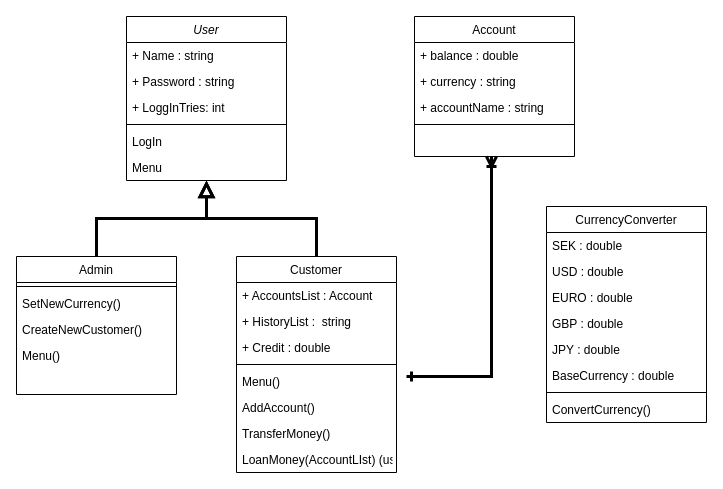
DanielJohansson1989/Group_Project_Loop_Legends keeps this draw.io diagram as Classdiagram.drawio. Above is the earlier version. Source tidied: cells renumbered, new cells numbered last; positions are measured from the earlier drawing's top-left corner, leaving out a move shared by most shapes. Both pictures are drawn from the tidied source at 100%, with x=0, y=0 at pixel (16, 16).
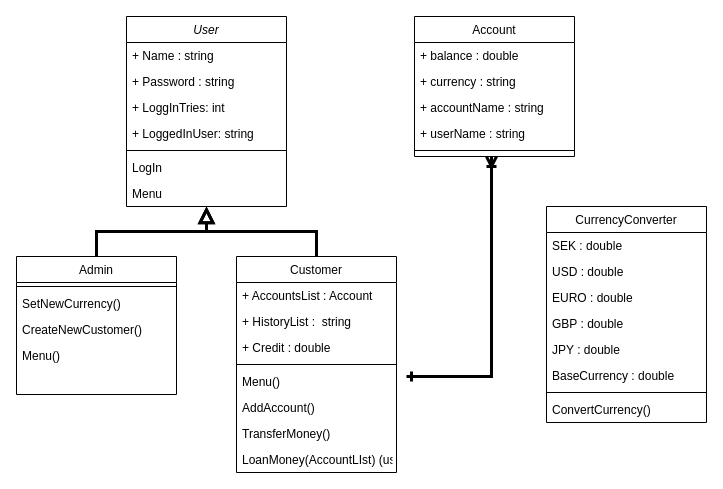
After the change.

Commit message:
Added fields in Account class and User class

Unchanged cells that the change refers to:
```xml
<mxCell id="25" value="Account" style="swimlane;fontStyle=0;align=center;verticalAlign=top;horizontal=1;startSize=26;rounded=0;shadow=0;strokeWidth=1;" parent="1" vertex="1">
  <mxGeometry x="398" width="160" height="140" as="geometry" />
</mxCell>
```

The edit, as a diff of the source:
```diff
@@
     <mxCell id="2" value="User" style="swimlane;fontStyle=2;align=center;verticalAlign=top;horizontal=1;startSize=26;rounded=0;shadow=0;strokeWidth=1;" parent="1" vertex="1">
-      <mxGeometry x="110" width="160" height="164" as="geometry" />
+      <mxGeometry x="110" width="160" height="190" as="geometry" />
     </mxCell>
@@
+    <mxCell id="40" value="+ LoggedInUser: string" style="text;align=left;verticalAlign=top;spacingLeft=4;spacingRight=4;overflow=hidden;" parent="2" vertex="1">
+      <mxGeometry y="104" width="160" height="26" as="geometry" />
+    </mxCell>
     <mxCell id="6" style="line;html=1;strokeWidth=1;align=left;verticalAlign=middle;spacingTop=-1;spacingLeft=3;spacingRight=3;labelPosition=right;" parent="2" vertex="1">
-      <mxGeometry y="104" width="160" height="8" as="geometry" />
+      <mxGeometry y="130" width="160" height="8" as="geometry" />
     </mxCell>
     <mxCell id="7" value="LogIn" style="text;align=left;verticalAlign=top;spacingLeft=4;spacingRight=4;overflow=hidden;" parent="2" vertex="1">
-      <mxGeometry y="112" width="160" height="26" as="geometry" />
+      <mxGeometry y="138" width="160" height="26" as="geometry" />
     </mxCell>
     <mxCell id="8" value="Menu" style="text;align=left;verticalAlign=top;spacingLeft=4;spacingRight=4;overflow=hidden;" parent="2" vertex="1">
-      <mxGeometry y="138" width="160" height="26" as="geometry" />
+      <mxGeometry y="164" width="160" height="26" as="geometry" />
     </mxCell>
@@
+    <mxCell id="41" value="+ userName : string" style="text;align=left;verticalAlign=top;spacingLeft=4;spacingRight=4;overflow=hidden;rounded=0;shadow=0;html=0;" parent="25" vertex="1">
+      <mxGeometry y="104" width="160" height="26" as="geometry" />
+    </mxCell>
     <mxCell id="29" style="line;html=1;strokeWidth=1;align=left;verticalAlign=middle;spacingTop=-1;spacingLeft=3;spacingRight=3;labelPosition=right;" parent="25" vertex="1">
-      <mxGeometry y="104" width="160" height="8" as="geometry" />
+      <mxGeometry y="130" width="160" height="8" as="geometry" />
     </mxCell>
```
